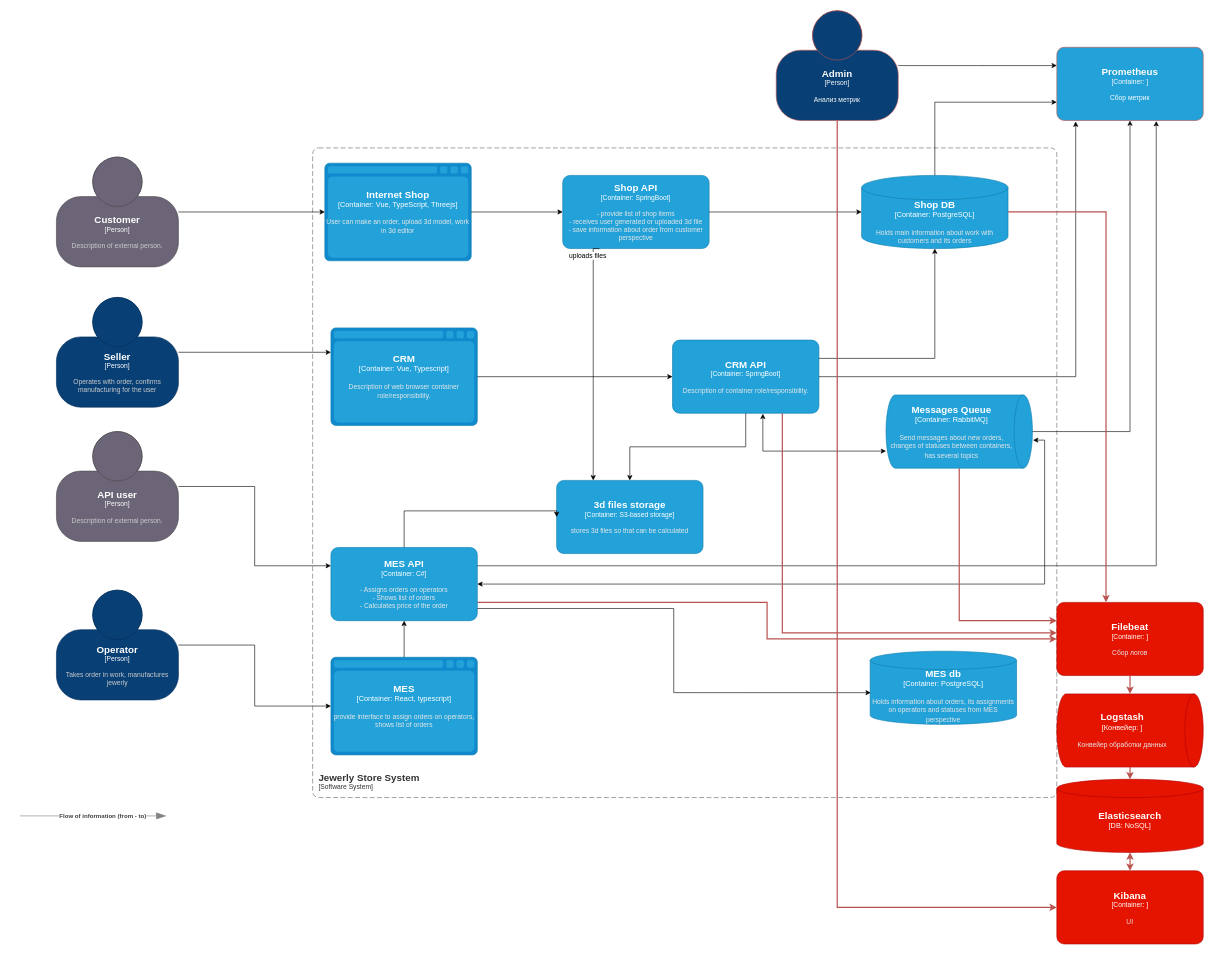
Above: Exc4/jewerly_c4_model.drawio in kandys-man/architecture-sprint-4 (draw.io), before the change. Source tidied: cells renumbered, new cells numbered last; positions are measured from the earlier drawing's top-left corner, leaving out a move shared by most shapes. Both pictures are drawn from the tidied source at 61%, with x=0, y=0 at pixel (20, 10).
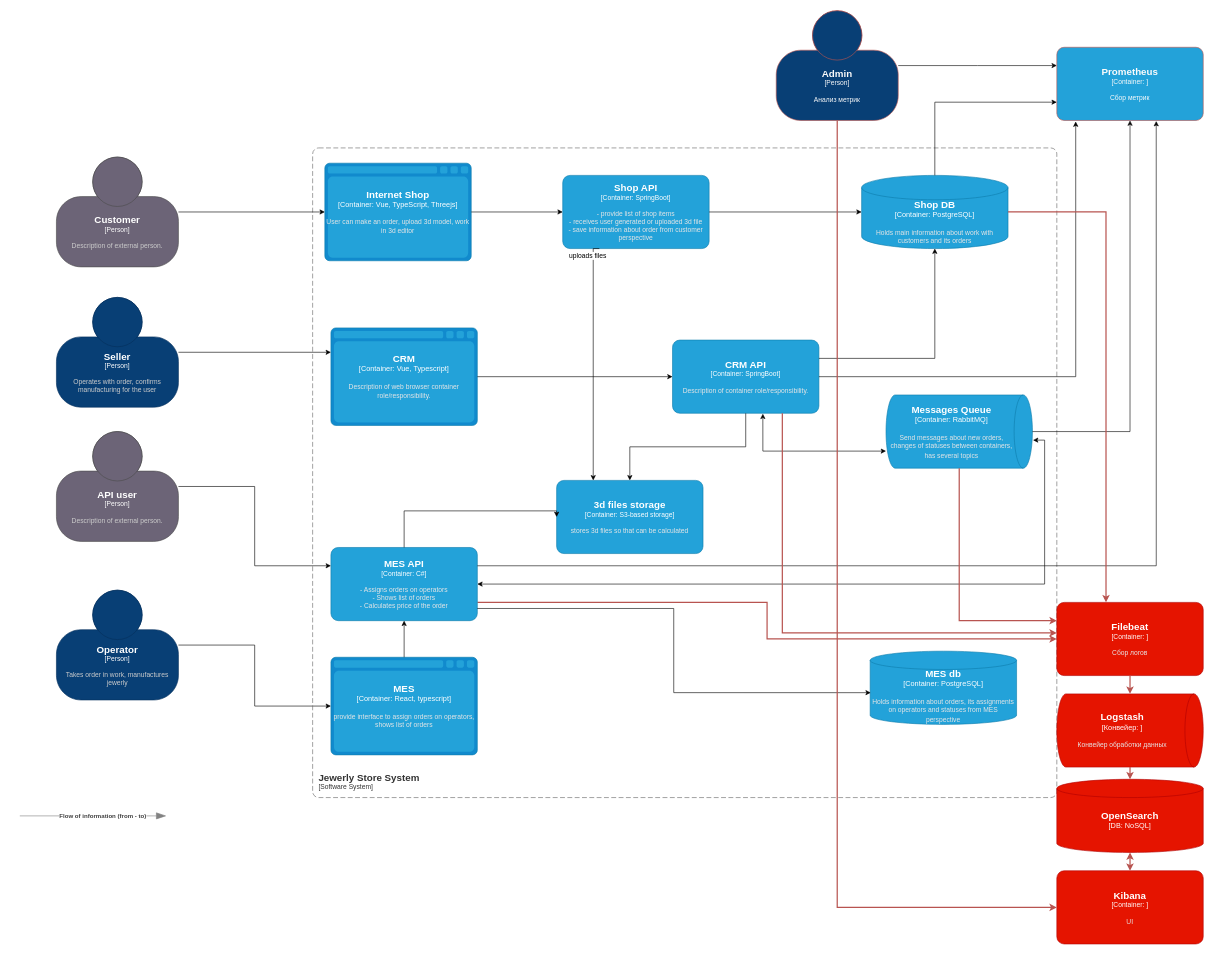
The same diagram, later.

The edit, as a diff of the source:
```diff
@@
-    <object id="49" label="&lt;font style=&quot;font-size: 16px&quot;&gt;&lt;b&gt;%c4Name%&lt;/b&gt;&lt;/font&gt;&lt;div&gt;[%c4Type%:&amp;nbsp;%c4Technology%]&lt;/div&gt;&lt;br&gt;&lt;div&gt;&lt;font style=&quot;font-size: 11px&quot;&gt;&lt;font color=&quot;#E6E6E6&quot;&gt;%c4Description%&lt;/font&gt;&lt;/div&gt;" c4Description="" c4Name="Elasticsearch" c4Technology="NoSQL" c4Type="DB" placeholders="1">
+    <object id="49" label="&lt;font style=&quot;font-size: 16px&quot;&gt;&lt;b&gt;%c4Name%&lt;/b&gt;&lt;/font&gt;&lt;div&gt;[%c4Type%:&amp;nbsp;%c4Technology%]&lt;/div&gt;&lt;br&gt;&lt;div&gt;&lt;font style=&quot;font-size: 11px&quot;&gt;&lt;font color=&quot;#E6E6E6&quot;&gt;%c4Description%&lt;/font&gt;&lt;/div&gt;" c4Description="" c4Name="OpenSearch" c4Technology="NoSQL" c4Type="DB" placeholders="1">
       <mxCell style="shape=cylinder3;size=15;whiteSpace=wrap;html=1;boundedLbl=1;rounded=0;labelBackgroundColor=none;fillColor=#e51400;fontSize=12;align=center;strokeColor=#B20000;points=[[0.5,0,0],[1,0.25,0],[1,0.5,0],[1,0.75,0],[0.5,1,0],[0,0.75,0],[0,0.5,0],[0,0.25,0]];fontColor=#ffffff;" parent="1" vertex="1">
         <mxGeometry x="1700" y="1260" width="240" height="120" as="geometry" />
       </mxCell>
     </object>
```
